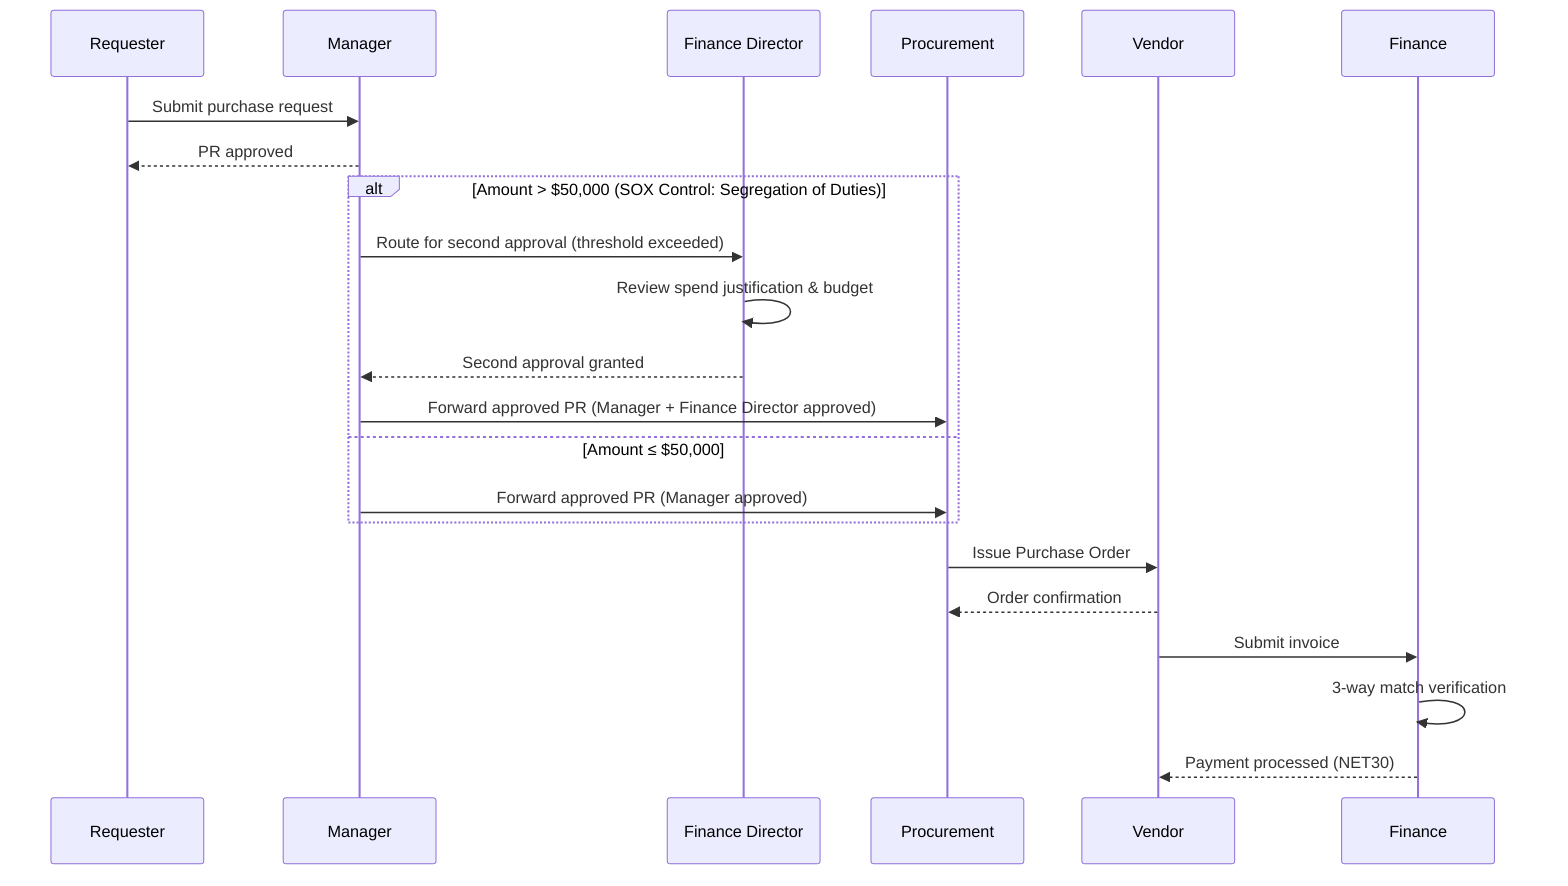
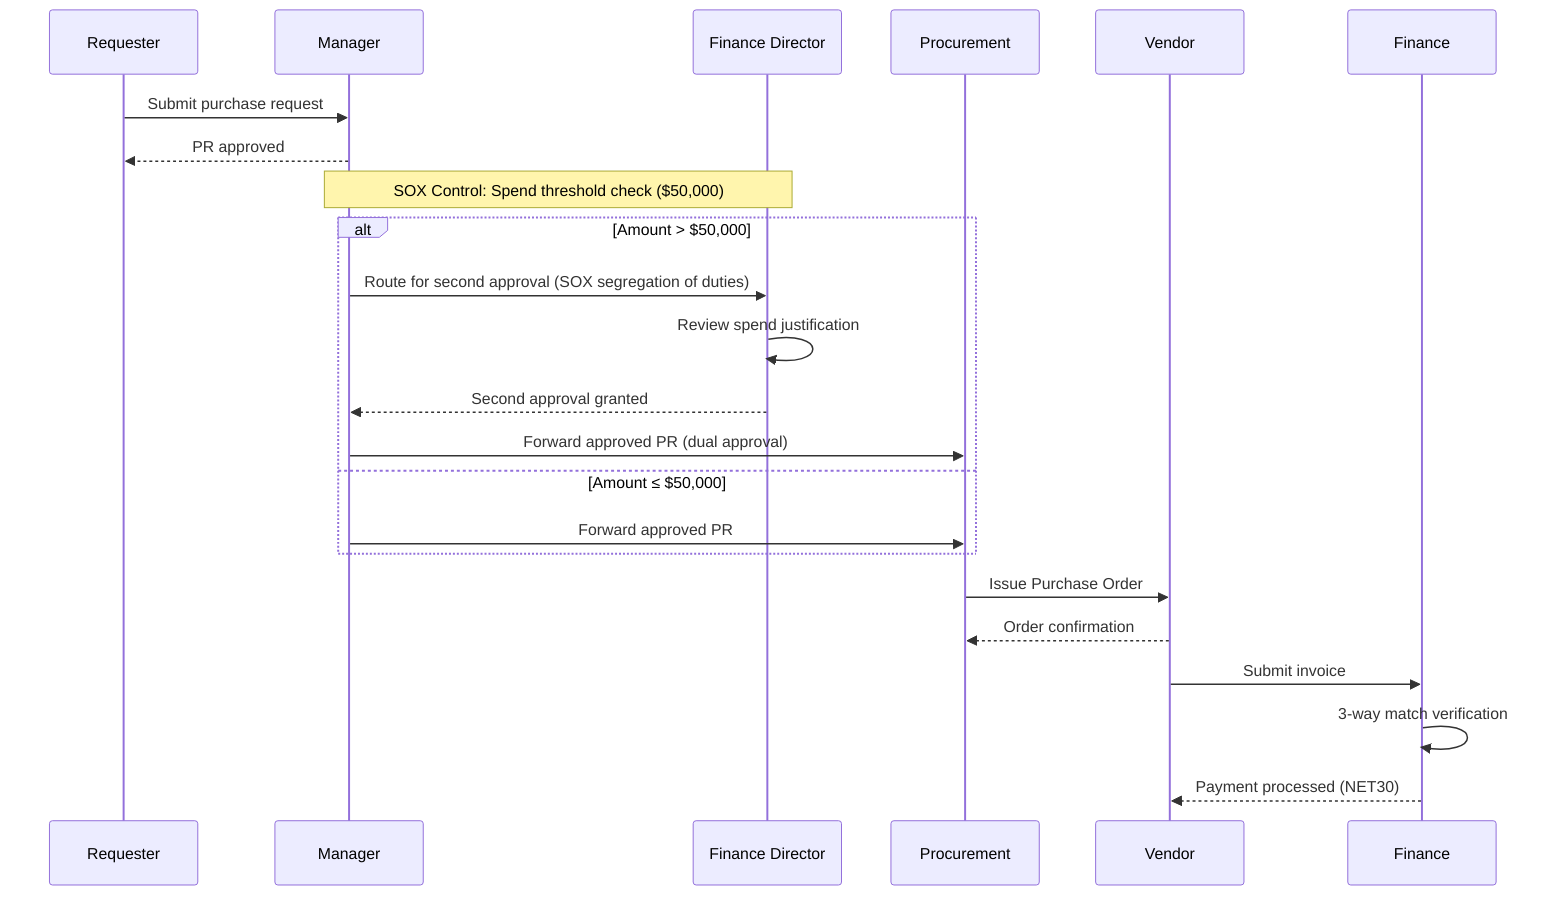
sequenceDiagram
    participant R as Requester
    participant M as Manager
+     %% ⚡ CHANGED SECTION
    participant FD as Finance Director
    participant P as Procurement
    participant V as Vendor
    participant F as Finance

    R->>M: Submit purchase request
    M-->>R: PR approved
- 
-     %% ⚡ CHANGED SECTION - SOX spend threshold control point
-     alt Amount > $50,000 (SOX Control: Segregation of Duties)
-         M->>FD: Route for second approval (threshold exceeded)
-         FD->>FD: Review spend justification & budget
+     %% ⚡ CHANGED SECTION
+     Note over M,FD: SOX Control: Spend threshold check ($50,000)
+     alt Amount > $50,000
+         M->>FD: Route for second approval (SOX segregation of duties)
+         FD->>FD: Review spend justification
        FD-->>M: Second approval granted
-         M->>P: Forward approved PR (Manager + Finance Director approved)
+         M->>P: Forward approved PR (dual approval)
    else Amount ≤ $50,000
-         M->>P: Forward approved PR (Manager approved)
+         M->>P: Forward approved PR
    end
-     %% ⚡ END CHANGED SECTION
- 
    P->>V: Issue Purchase Order
    V-->>P: Order confirmation
    V->>F: Submit invoice
    F->>F: 3-way match verification
    F-->>V: Payment processed (NET30)

%% EXPLANATION:
- %% Added a Finance Director participant and an alt/else branch immediately after Manager approval. Purchases over $50,000 are routed to the Finance Director for a second approval before reaching Procurement, while purchases at or under $50,000 continue directly to Procurement. The threshold value and SOX rationale are explicitly labeled in the diagram so auditors can clearly identify the control point.+ %% Added Finance Director as a new participant. After Manager approval, a spend threshold check (annotated with the $50,000 SOX control note for auditor visibility) routes high-value requests through the Finance Director for a second approval before Procurement receives the PR, while requests at or under $50,000 continue directly to Procurement as before. All existing interactions are preserved unchanged.